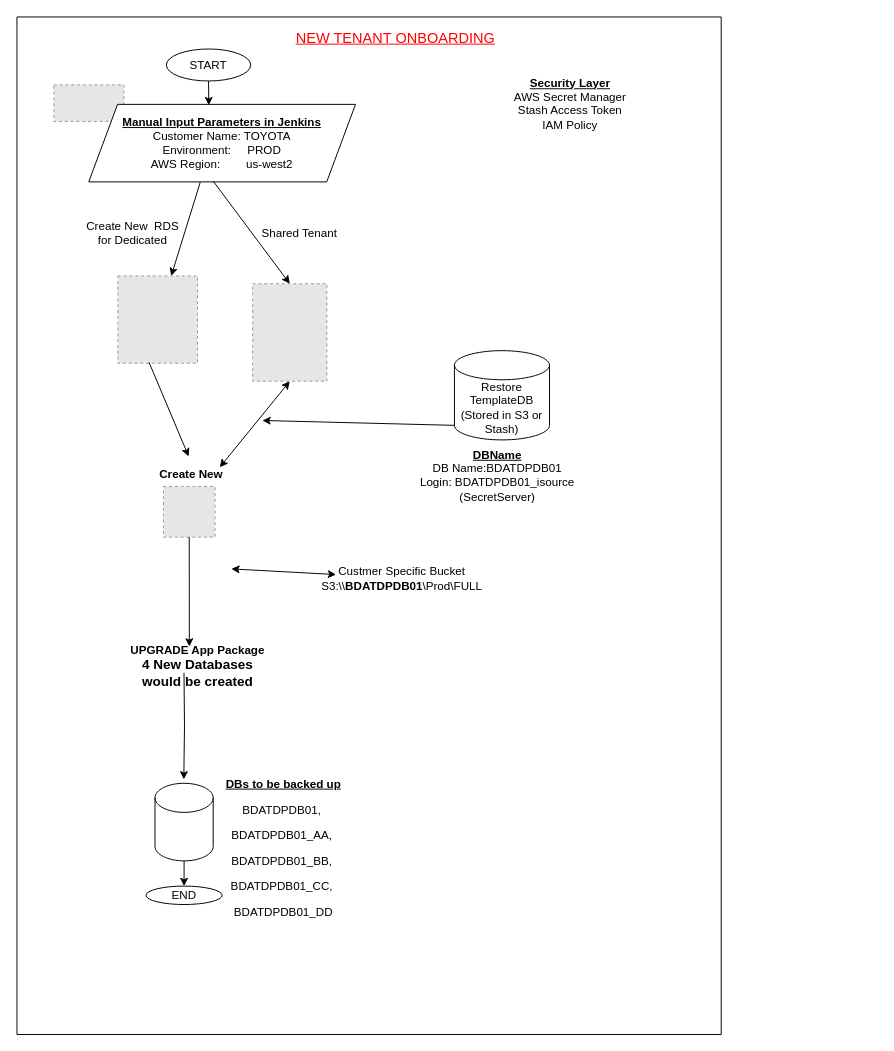
This is Untitled Diagram.drawio from Ravi1983-dev/devopsdemo, a draw.io file, before an edit. Source tidied: cells renumbered, new cells numbered last; positions are measured from the earlier drawing's top-left corner, leaving out a move shared by most shapes. Both pictures are drawn from the tidied source at 97%, with x=0, y=0 at pixel (16, 16). Pictures stored in the file or linked from it are replaced by grey dashed boxes.
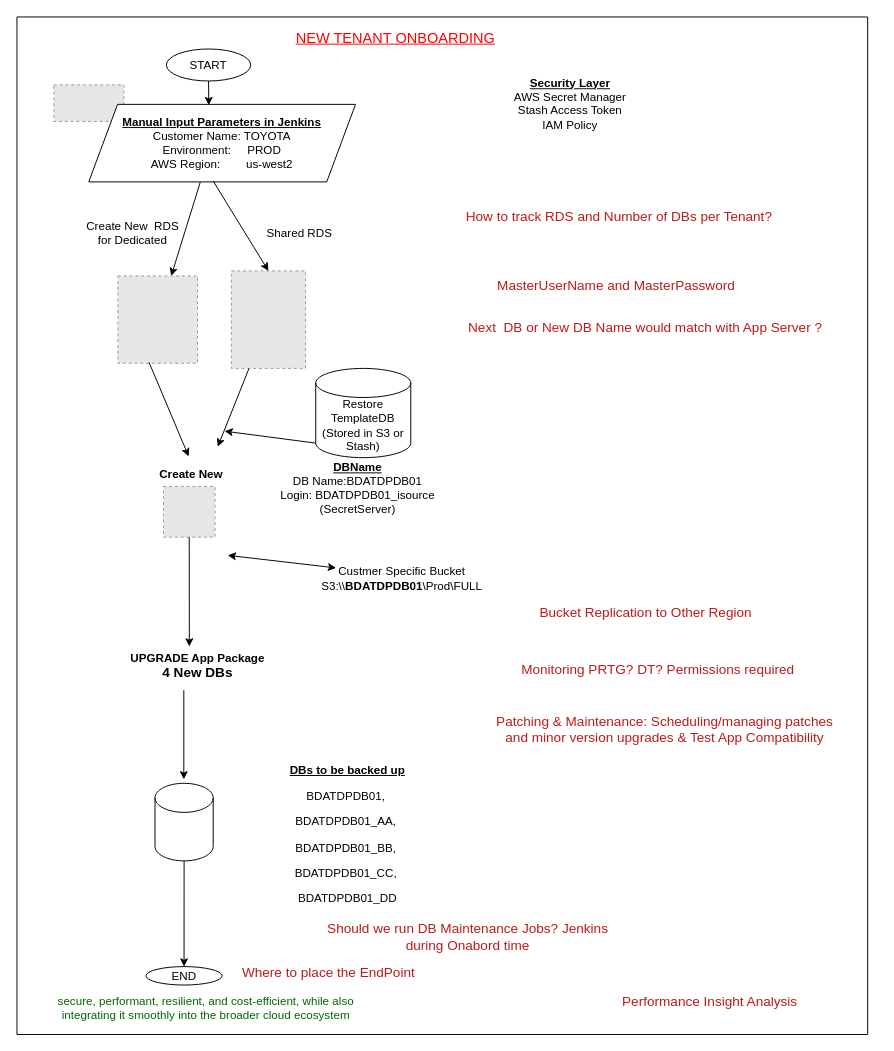
Above is the later version.

Unchanged cells that the change refers to:
```xml
<mxCell id="6" value="&lt;div&gt;Custmer Specific Bucket&lt;/div&gt;S3:\\&lt;span&gt;&lt;b&gt;BDATDPDB01&lt;/b&gt;&lt;/span&gt;\Prod\FULL" style="text;html=1;align=center;verticalAlign=middle;whiteSpace=wrap;rounded=0;" parent="2" vertex="1">
  <mxGeometry x="329" y="573" width="136" height="11" as="geometry" />
</mxCell>
<mxCell id="13" value="Create New&amp;nbsp;" style="text;html=1;align=center;verticalAlign=middle;whiteSpace=wrap;rounded=0;fontStyle=1;" parent="2" vertex="1">
  <mxGeometry x="145.2" y="465" width="73" height="14" as="geometry" />
</mxCell>
```

Change to the diagram source:
```diff
@@
     <mxCell id="2" style="swimlane;startSize=0;" parent="1" vertex="1">
-      <mxGeometry width="726" height="1049" as="geometry" />
+      <mxGeometry width="877" height="1049" as="geometry" />
     </mxCell>
@@
     <mxCell id="5" value="&lt;b&gt;&lt;u&gt;DBName&lt;/u&gt;&lt;/b&gt;&lt;div&gt;&lt;span&gt;DB Name:&lt;/span&gt;&lt;span style=&quot;background-color: transparent; color: light-dark(rgb(0, 0, 0), rgb(255, 255, 255));&quot;&gt;BDATDPDB01&lt;/span&gt;&lt;/div&gt;&lt;div&gt;&lt;span&gt;Login: BDATDPDB01_isource (SecretServer)&lt;/span&gt;&lt;/div&gt;&lt;div&gt;&lt;br&gt;&lt;/div&gt;" style="text;html=1;align=center;verticalAlign=middle;whiteSpace=wrap;rounded=0;" parent="2" vertex="1">
-      <mxGeometry x="403" y="479" width="185" height="2" as="geometry" />
+      <mxGeometry x="259" y="492" width="185" height="2" as="geometry" />
     </mxCell>
@@
     <mxCell id="17" value="END" style="ellipse;whiteSpace=wrap;html=1;" parent="2" vertex="1">
-      <mxGeometry x="133" y="896" width="78.5" height="19" as="geometry" />
+      <mxGeometry x="133" y="979" width="78.5" height="19" as="geometry" />
     </mxCell>
     <mxCell id="18" style="edgeStyle=orthogonalEdgeStyle;rounded=0;orthogonalLoop=1;jettySize=auto;html=1;" parent="2" edge="1">
       <mxGeometry relative="1" as="geometry">
-        <mxPoint x="172.2" y="676" as="sourcePoint" />
+        <mxPoint x="172" y="694" as="sourcePoint" />
         <mxPoint x="172" y="786" as="targetPoint" />
       </mxGeometry>
     </mxCell>
-    <mxCell id="19" style="endArrow=classic;startArrow=classic;html=1;rounded=0;entryX=0.875;entryY=-0.056;entryDx=0;entryDy=0;entryPerimeter=0;exitX=0.5;exitY=1;exitDx=0;exitDy=0;" parent="2" edge="1" source="23" target="13">
-      <mxGeometry relative="1" as="geometry" />
-    </mxCell>
     <mxCell id="20" value="Restore TemplateDB&lt;div&gt;(Stored in S3 or Stash)&lt;/div&gt;" style="shape=cylinder3;whiteSpace=wrap;html=1;boundedLbl=1;backgroundOutline=1;size=15;" parent="2" vertex="1">
-      <mxGeometry x="451" y="344" width="98" height="92" as="geometry" />
+      <mxGeometry x="308" y="362.3" width="98" height="92" as="geometry" />
     </mxCell>
-    <mxCell id="21" value="UPGRADE App Package&lt;div&gt;&lt;font style=&quot;font-size: 14px;&quot;&gt;4 New Databases would be created&lt;/font&gt;&lt;/div&gt;" style="text;html=1;align=center;verticalAlign=middle;whiteSpace=wrap;rounded=0;fontStyle=1;" parent="2" vertex="1">
+    <mxCell id="21" value="UPGRADE App Package&lt;div&gt;&lt;font style=&quot;font-size: 14px;&quot;&gt;4 New DBs&lt;/font&gt;&lt;/div&gt;" style="text;html=1;align=center;verticalAlign=middle;whiteSpace=wrap;rounded=0;fontStyle=1;" parent="2" vertex="1">
       <mxGeometry x="110.8" y="662" width="151" height="14" as="geometry" />
     </mxCell>
     <mxCell id="22" value="&lt;span&gt;&lt;p&gt;&lt;b&gt;&lt;u&gt;DBs to be backed up&lt;/u&gt;&lt;/b&gt;&lt;/p&gt;&lt;p&gt;BDATDPDB01,&amp;nbsp;&lt;/p&gt;&lt;p&gt;&lt;span style=&quot;background-color: transparent; color: light-dark(rgb(0, 0, 0), rgb(255, 255, 255));&quot;&gt;BDATDPDB01_AA,&amp;nbsp;&lt;/span&gt;&lt;/p&gt;&lt;p&gt;&lt;span style=&quot;background-color: transparent; color: light-dark(rgb(0, 0, 0), rgb(255, 255, 255));&quot;&gt;BDATDPDB01_BB,&amp;nbsp;&lt;/span&gt;&lt;/p&gt;&lt;p&gt;&lt;span style=&quot;background-color: transparent; color: light-dark(rgb(0, 0, 0), rgb(255, 255, 255));&quot;&gt;BDATDPDB01_CC,&amp;nbsp;&lt;/span&gt;&lt;/p&gt;&lt;p&gt;&lt;span style=&quot;background-color: transparent; color: light-dark(rgb(0, 0, 0), rgb(255, 255, 255));&quot;&gt;BDATDPDB01_DD&lt;/span&gt;&lt;/p&gt;&lt;/span&gt;" style="text;html=1;align=center;verticalAlign=middle;whiteSpace=wrap;rounded=0;" parent="2" vertex="1">
-      <mxGeometry x="181" y="855" width="188" height="4" as="geometry" />
+      <mxGeometry x="247" y="841" width="188" height="4" as="geometry" />
     </mxCell>
     <mxCell id="23" style="fillColor=#E6E6E6;strokeColor=#999999;dashed=1;verticalLabelPosition=bottom;labelBackgroundColor=default;verticalAlign=top;" parent="2" vertex="1">
-      <mxGeometry x="243" y="275" width="76.5" height="100.5" as="geometry" />
+      <mxGeometry x="221" y="261.8" width="76.5" height="100.5" as="geometry" />
     </mxCell>
@@
-    <mxCell id="25" value="Shared Tenant" style="text;html=1;align=center;verticalAlign=middle;whiteSpace=wrap;rounded=0;" parent="2" vertex="1">
+    <mxCell id="25" value="Shared RDS" style="text;html=1;align=center;verticalAlign=middle;whiteSpace=wrap;rounded=0;" parent="2" vertex="1">
       <mxGeometry x="250" y="216" width="83" height="14" as="geometry" />
     </mxCell>
     <mxCell id="26" style="endArrow=classic;html=1;rounded=0;exitX=0;exitY=1;exitDx=0;exitDy=-15;exitPerimeter=0;" parent="2" edge="1" source="20">
       <mxGeometry relative="1" as="geometry">
-        <mxPoint x="253" y="416" as="targetPoint" />
+        <mxPoint x="214" y="427" as="targetPoint" />
       </mxGeometry>
     </mxCell>
@@
+    <mxCell id="31" value="&lt;font style=&quot;color: light-dark(rgb(187, 27, 27), rgb(237, 237, 237)); font-size: 14px;&quot;&gt;Next&amp;nbsp; DB or New DB Name would match with App Server ?&lt;/font&gt;" style="text;html=1;align=center;verticalAlign=middle;whiteSpace=wrap;rounded=0;" parent="2" vertex="1">
+      <mxGeometry x="409" y="305" width="478" height="30" as="geometry" />
+    </mxCell>
+    <mxCell id="32" value="&lt;font style=&quot;color: light-dark(rgb(187, 27, 27), rgb(237, 237, 237)); font-size: 14px;&quot;&gt;How to track RDS and Number of DBs per Tenant?&lt;/font&gt;" style="text;html=1;align=center;verticalAlign=middle;whiteSpace=wrap;rounded=0;" parent="2" vertex="1">
+      <mxGeometry x="435" y="191" width="372" height="30" as="geometry" />
+    </mxCell>
+    <mxCell id="33" value="&lt;font style=&quot;color: light-dark(rgb(187, 27, 27), rgb(237, 237, 237)); font-size: 14px;&quot;&gt;Monitoring PRTG? DT? Permissions required&lt;/font&gt;" style="text;html=1;align=center;verticalAlign=middle;whiteSpace=wrap;rounded=0;" parent="2" vertex="1">
+      <mxGeometry x="504" y="658" width="314" height="30" as="geometry" />
+    </mxCell>
+    <mxCell id="34" value="&lt;font style=&quot;color: light-dark(rgb(187, 27, 27), rgb(237, 237, 237)); font-size: 14px;&quot;&gt;MasterUserName and MasterPassword&lt;/font&gt;" style="text;html=1;align=center;verticalAlign=middle;whiteSpace=wrap;rounded=0;" parent="2" vertex="1">
+      <mxGeometry x="454" y="261.8" width="328" height="30" as="geometry" />
+    </mxCell>
+    <mxCell id="35" value="&lt;font style=&quot;color: light-dark(rgb(187, 27, 27), rgb(237, 237, 237)); font-size: 14px;&quot;&gt;Should we run DB Maintenance Jobs? Jenkins during Onabord time&lt;/font&gt;" style="text;html=1;align=center;verticalAlign=middle;whiteSpace=wrap;rounded=0;" parent="2" vertex="1">
+      <mxGeometry x="308" y="933" width="314" height="30" as="geometry" />
+    </mxCell>
+    <mxCell id="36" value="&lt;font style=&quot;color: light-dark(rgb(187, 27, 27), rgb(237, 237, 237)); font-size: 14px;&quot;&gt;Where to place the EndPoint&lt;/font&gt;" style="text;html=1;align=center;verticalAlign=middle;whiteSpace=wrap;rounded=0;" parent="2" vertex="1">
+      <mxGeometry x="189" y="970" width="265" height="30" as="geometry" />
+    </mxCell>
+    <mxCell id="37" value="&lt;font style=&quot;color: rgb(0, 102, 0);&quot;&gt;secure, performant, resilient, and cost-efficient,&amp;nbsp;while also integrating it smoothly into the broader cloud ecosystem&lt;/font&gt;" style="text;html=1;align=center;verticalAlign=middle;whiteSpace=wrap;rounded=0;" parent="2" vertex="1">
+      <mxGeometry x="33" y="1007" width="324" height="30" as="geometry" />
+    </mxCell>
+    <mxCell id="38" value="&lt;font style=&quot;color: light-dark(rgb(187, 27, 27), rgb(237, 237, 237)); font-size: 14px;&quot;&gt;Performance Insight Analysis&amp;nbsp;&lt;/font&gt;" style="text;html=1;align=center;verticalAlign=middle;whiteSpace=wrap;rounded=0;" parent="2" vertex="1">
+      <mxGeometry x="584" y="1000" width="265" height="30" as="geometry" />
+    </mxCell>
+    <mxCell id="39" value="&lt;font style=&quot;color: light-dark(rgb(187, 27, 27), rgb(237, 237, 237)); font-size: 14px;&quot;&gt;Patching &amp;amp; Maintenance: Scheduling/managing patches and minor version upgrades &amp;amp; Test App Compatibility&lt;/font&gt;" style="text;html=1;align=center;verticalAlign=middle;whiteSpace=wrap;rounded=0;" parent="2" vertex="1">
+      <mxGeometry x="483" y="701" width="370" height="65" as="geometry" />
+    </mxCell>
-    <mxCell id="30" style="endArrow=classic;startArrow=classic;html=1;rounded=0;" parent="1" edge="1" target="6">
+    <mxCell id="30" style="endArrow=classic;startArrow=classic;html=1;rounded=0;" parent="2" edge="1">
       <mxGeometry relative="1" as="geometry">
-        <mxPoint x="221" y="569" as="sourcePoint" />
+        <mxPoint x="217.3" y="555" as="sourcePoint" />
+        <mxPoint x="329" y="568" as="targetPoint" />
       </mxGeometry>
     </mxCell>
+    <mxCell id="40" value="&lt;font style=&quot;color: light-dark(rgb(187, 27, 27), rgb(237, 237, 237)); font-size: 14px;&quot;&gt;Bucket Replication to Other Region&lt;/font&gt;" style="text;html=1;align=center;verticalAlign=middle;whiteSpace=wrap;rounded=0;" parent="2" vertex="1">
+      <mxGeometry x="515.5" y="599" width="265" height="30" as="geometry" />
+    </mxCell>
+    <mxCell id="41" style="endArrow=classic;html=1;rounded=0;" parent="1" edge="1" source="23">
+      <mxGeometry relative="1" as="geometry">
+        <mxPoint x="207" y="443" as="targetPoint" />
+      </mxGeometry>
+    </mxCell>
```
